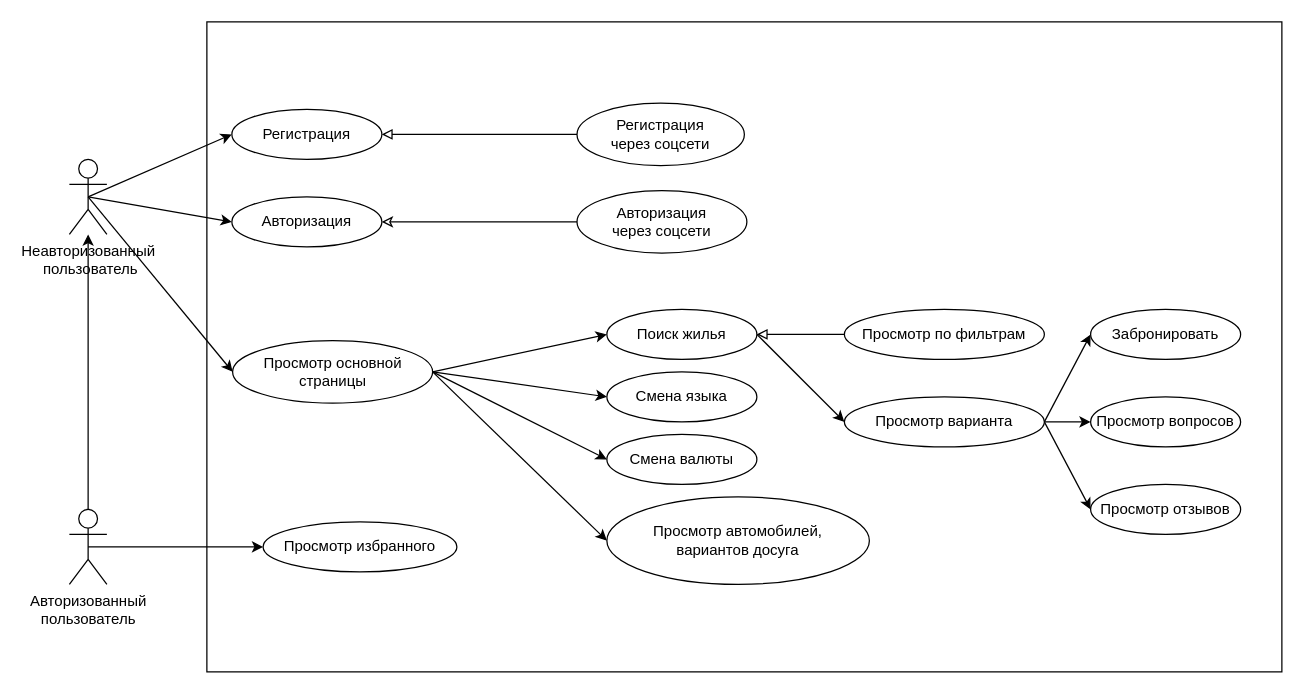
The draw.io diagram uml.drawio in david-d25/testing-labwork3, before the edit. Source tidied: cells renumbered, new cells numbered last; positions are measured from the earlier drawing's top-left corner, leaving out a move shared by most shapes. Both pictures are drawn from the tidied source at 125%, with x=0, y=0 at pixel (69, 21).
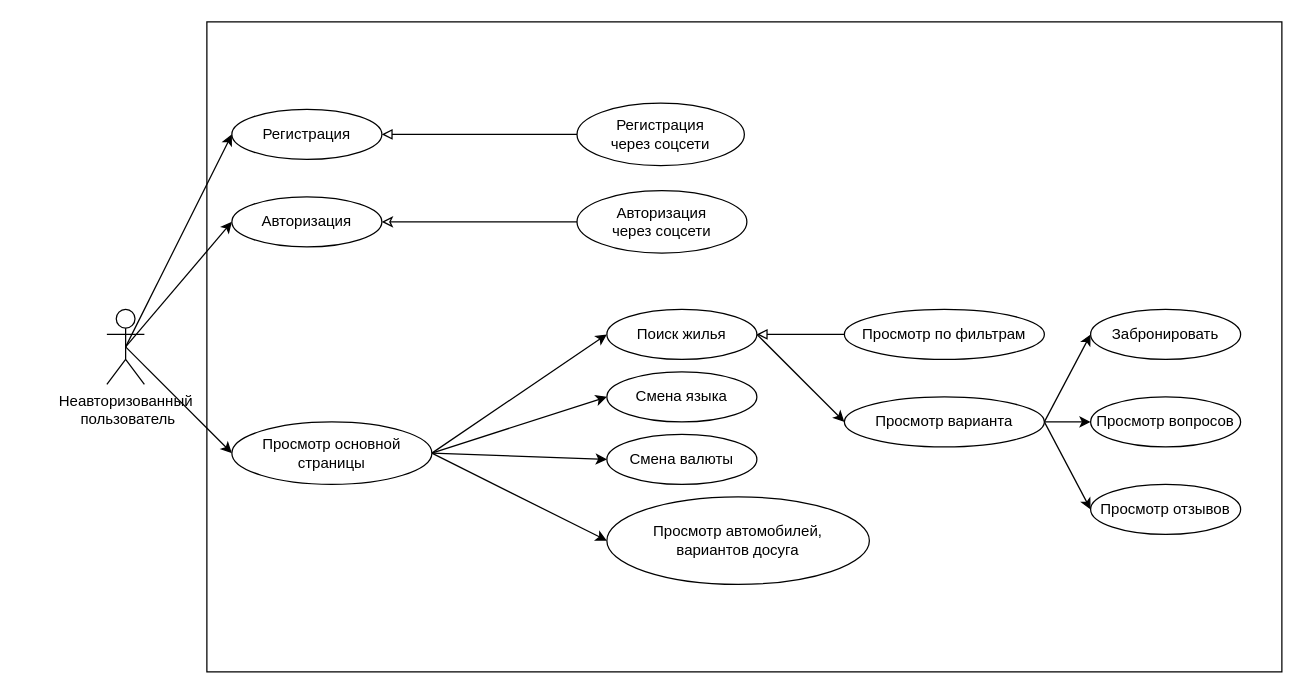
The same page after the edit.

Change to the diagram source:
```diff
@@
     <mxCell id="6" value="Неавторизованный&lt;br&gt;&amp;nbsp;пользователь" style="shape=umlActor;verticalLabelPosition=bottom;verticalAlign=top;html=1;outlineConnect=0;" parent="1" vertex="1">
-      <mxGeometry y="110" width="30" height="60" as="geometry" />
+      <mxGeometry x="30" y="230" width="30" height="60" as="geometry" />
     </mxCell>
-    <mxCell id="7" style="edgeStyle=none;rounded=0;jettySize=auto;html=1;exitX=0.5;exitY=0;exitDx=0;exitDy=0;exitPerimeter=0;endArrow=classic;endFill=1;" parent="1" edge="1" source="9" target="6">
-      <mxGeometry relative="1" as="geometry" />
-    </mxCell>
-    <mxCell id="8" style="edgeStyle=none;rounded=0;jettySize=auto;html=1;exitX=0.5;exitY=0.5;exitDx=0;exitDy=0;exitPerimeter=0;entryX=0;entryY=0.5;entryDx=0;entryDy=0;endArrow=classic;endFill=1;fontColor=#000000;" parent="1" edge="1" source="9" target="23">
-      <mxGeometry relative="1" as="geometry" />
-    </mxCell>
-    <mxCell id="9" value="Авторизованный&lt;br&gt;пользователь" style="shape=umlActor;verticalLabelPosition=bottom;verticalAlign=top;html=1;outlineConnect=0;" parent="1" vertex="1">
-      <mxGeometry y="390" width="30" height="60" as="geometry" />
-    </mxCell>
@@
     <mxCell id="16" value="Просмотр основной страницы" style="ellipse;whiteSpace=wrap;html=1;" parent="1" vertex="1">
-      <mxGeometry x="130.6" y="255" width="160" height="50" as="geometry" />
+      <mxGeometry x="130" y="320" width="160" height="50" as="geometry" />
     </mxCell>
@@
-    <mxCell id="23" value="Просмотр избранного" style="ellipse;whiteSpace=wrap;html=1;" parent="1" vertex="1">
-      <mxGeometry x="155" y="400" width="155" height="40" as="geometry" />
-    </mxCell>
```
